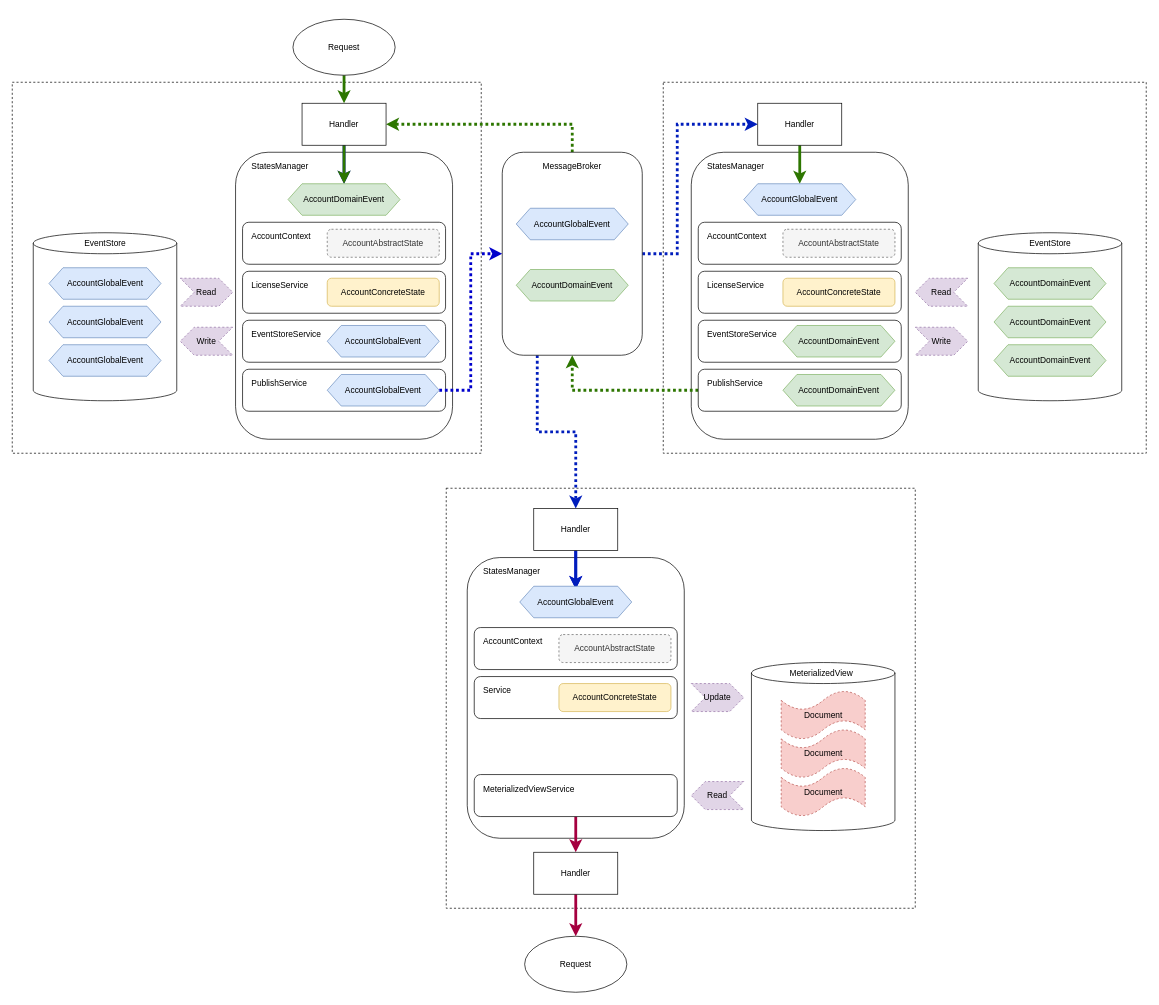
Before: Untitled Diagram.drawio in avshiliaev/unicorn-bank-example-app, a draw.io diagram. Source tidied: cells renumbered, new cells numbered last; positions are measured from the earlier drawing's top-left corner, leaving out a move shared by most shapes. Both pictures are drawn from the tidied source at 70%, with x=0, y=0 at pixel (12, 19).
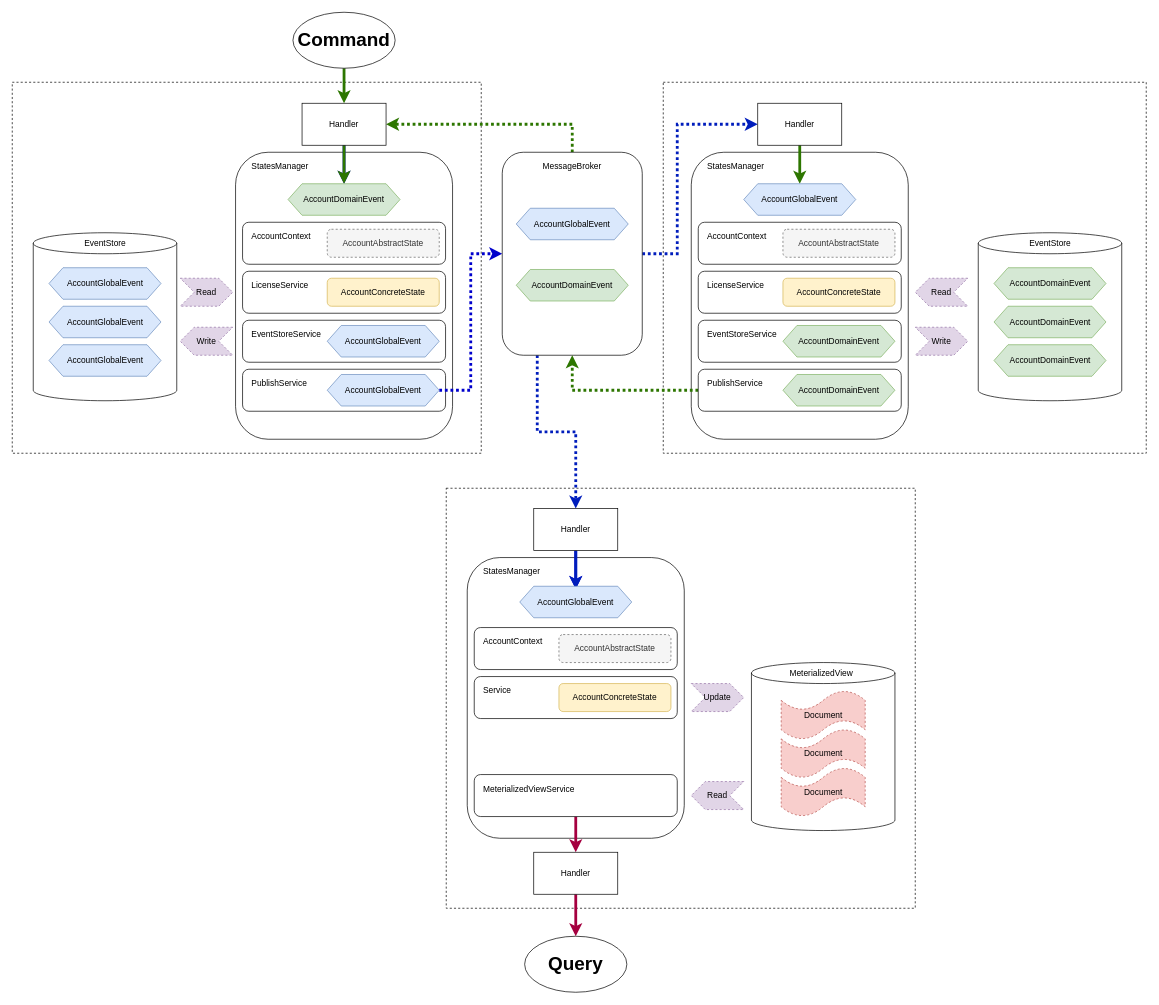
After the change.

What changed in the source:
```diff
@@
-    <mxCell id="30" value="Request" style="ellipse;whiteSpace=wrap;html=1;strokeWidth=1;fillColor=#ffffff;" parent="1" vertex="1">
-      <mxGeometry x="401" width="146" height="80" as="geometry" />
+    <mxCell id="30" value="&lt;font style=&quot;font-size: 27px&quot;&gt;&lt;b&gt;Command&lt;/b&gt;&lt;/font&gt;" style="ellipse;whiteSpace=wrap;html=1;strokeWidth=1;fillColor=#ffffff;" parent="1" vertex="1">
+      <mxGeometry x="401" y="-10" width="146" height="80" as="geometry" />
     </mxCell>
@@
-    <mxCell id="89" value="Request" style="ellipse;whiteSpace=wrap;html=1;strokeWidth=1;fillColor=#ffffff;" parent="1" vertex="1">
+    <mxCell id="89" value="&lt;font style=&quot;font-size: 27px&quot;&gt;&lt;b&gt;Query&lt;/b&gt;&lt;/font&gt;" style="ellipse;whiteSpace=wrap;html=1;strokeWidth=1;fillColor=#ffffff;" parent="1" vertex="1">
       <mxGeometry x="732" y="1310" width="146" height="80" as="geometry" />
     </mxCell>
```
